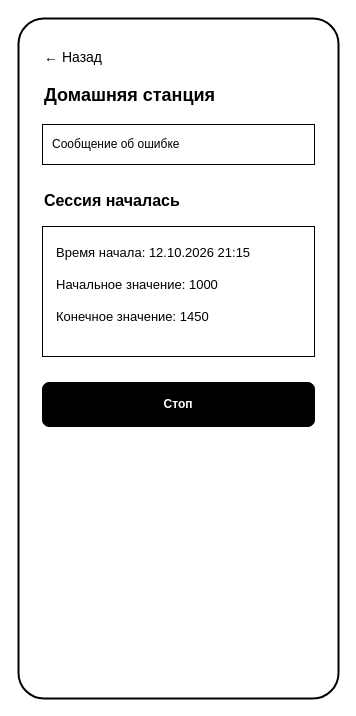
This is Диаграммы/Сессия начата (2.9).drawio from PetrachkovArtem/diplom, a draw.io file, before an edit. Source tidied: cells renumbered, new cells numbered last; positions are measured from the earlier drawing's top-left corner, leaving out a move shared by most shapes. Both pictures are drawn from the tidied source at 100%, with x=0, y=0 at pixel (18, 18).
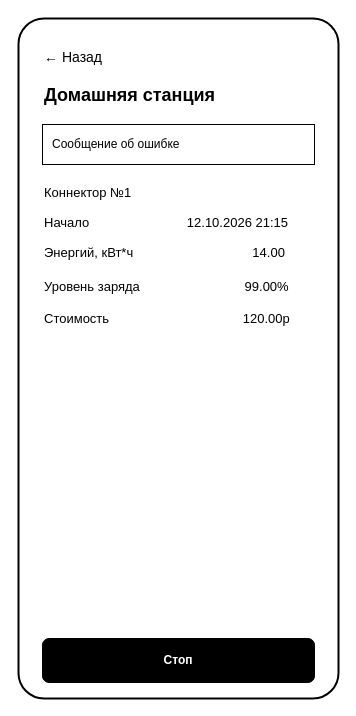
After the change.

Change to the diagram source:
```diff
@@
 <mxGraphModel>
   <root>
     <mxCell id="0" />
     <mxCell id="1" parent="0" />
     <mxCell id="2" style="rounded=1;whiteSpace=wrap;html=1;arcSize=8;strokeWidth=2;fillColor=#ffffff;strokeColor=#000000;" parent="1" vertex="1">
       <mxGeometry width="320" height="680" as="geometry" />
     </mxCell>
     <mxCell id="3" value="← Назад" style="text;html=1;align=left;fontSize=14;" parent="1" vertex="1">
       <mxGeometry x="24" y="24" width="100" height="24" as="geometry" />
     </mxCell>
     <mxCell id="4" value="Домашняя станция" style="text;html=1;align=left;fontSize=18;fontStyle=1;" parent="1" vertex="1">
       <mxGeometry x="24" y="60" width="272" height="32" as="geometry" />
     </mxCell>
     <mxCell id="5" value="Сообщение об ошибке" style="rounded=0;whiteSpace=wrap;html=1;align=left;spacingLeft=8;fontSize=12;fillColor=#ffffff;strokeColor=#000000;" parent="1" vertex="1">
       <mxGeometry x="24" y="106" width="272" height="40" as="geometry" />
     </mxCell>
-    <mxCell id="6" value="Сессия началась" style="text;html=1;align=left;fontSize=16;fontStyle=1;" parent="1" vertex="1">
-      <mxGeometry x="24" y="166" width="272" height="28" as="geometry" />
-    </mxCell>
-    <mxCell id="7" style="rounded=0;whiteSpace=wrap;html=1;fillColor=#ffffff;strokeColor=#000000;" parent="1" vertex="1">
-      <mxGeometry x="24" y="208" width="272" height="130" as="geometry" />
-    </mxCell>
-    <mxCell id="8" value="Время начала: 12.10.2026 21:15" style="text;html=1;align=left;fontSize=13;" parent="1" vertex="1">
-      <mxGeometry x="36" y="220" width="248" height="24" as="geometry" />
+    <mxCell id="8" value="Начало&amp;nbsp; &amp;nbsp; &amp;nbsp; &amp;nbsp; &amp;nbsp; &amp;nbsp; &amp;nbsp; &amp;nbsp; &amp;nbsp; &amp;nbsp; &amp;nbsp; &amp;nbsp; &amp;nbsp; &amp;nbsp;12.10.2026 21:15" style="text;html=1;align=left;fontSize=13;" parent="1" vertex="1">
+      <mxGeometry x="24" y="190" width="248" height="24" as="geometry" />
     </mxCell>
-    <mxCell id="9" value="Начальное значение: 1000" style="text;html=1;align=left;fontSize=13;" parent="1" vertex="1">
-      <mxGeometry x="36" y="252" width="248" height="24" as="geometry" />
-    </mxCell>
-    <mxCell id="10" value="Конечное значение: 1450" style="text;html=1;align=left;fontSize=13;" parent="1" vertex="1">
-      <mxGeometry x="36" y="284" width="248" height="24" as="geometry" />
-    </mxCell>
     <mxCell id="11" value="Стоп" style="rounded=1;whiteSpace=wrap;html=1;fillColor=#000000;fontColor=#ffffff;fontStyle=1;strokeColor=#000000;" parent="1" vertex="1">
-      <mxGeometry x="24" y="364" width="272" height="44" as="geometry" />
+      <mxGeometry x="24" y="620" width="272" height="44" as="geometry" />
     </mxCell>
+    <mxCell id="12" value="Энергий, кВт*ч&amp;nbsp; &amp;nbsp; &amp;nbsp; &amp;nbsp; &amp;nbsp; &amp;nbsp; &amp;nbsp; &amp;nbsp; &amp;nbsp; &amp;nbsp; &amp;nbsp; &amp;nbsp; &amp;nbsp; &amp;nbsp; &amp;nbsp; &amp;nbsp; &amp;nbsp;14.00" style="text;html=1;align=left;fontSize=13;" parent="1" vertex="1">
+      <mxGeometry x="24" y="220" width="248" height="24" as="geometry" />
+    </mxCell>
+    <mxCell id="13" value="Коннектор №1" style="text;html=1;align=left;fontSize=13;" parent="1" vertex="1">
+      <mxGeometry x="24" y="160" width="248" height="24" as="geometry" />
+    </mxCell>
+    <mxCell id="14" value="Уровень заряда&amp;nbsp; &amp;nbsp; &amp;nbsp; &amp;nbsp; &amp;nbsp; &amp;nbsp; &amp;nbsp; &amp;nbsp; &amp;nbsp; &amp;nbsp; &amp;nbsp; &amp;nbsp; &amp;nbsp; &amp;nbsp; &amp;nbsp;99.00%" style="text;html=1;align=left;fontSize=13;" parent="1" vertex="1">
+      <mxGeometry x="24" y="254" width="248" height="24" as="geometry" />
+    </mxCell>
+    <mxCell id="15" value="Стоимость&amp;nbsp; &amp;nbsp; &amp;nbsp; &amp;nbsp; &amp;nbsp; &amp;nbsp; &amp;nbsp; &amp;nbsp; &amp;nbsp; &amp;nbsp; &amp;nbsp; &amp;nbsp; &amp;nbsp; &amp;nbsp; &amp;nbsp; &amp;nbsp; &amp;nbsp; &amp;nbsp; &amp;nbsp;120.00р" style="text;html=1;align=left;fontSize=13;" parent="1" vertex="1">
+      <mxGeometry x="24" y="286" width="248" height="24" as="geometry" />
+    </mxCell>
   </root>
 </mxGraphModel>
```
